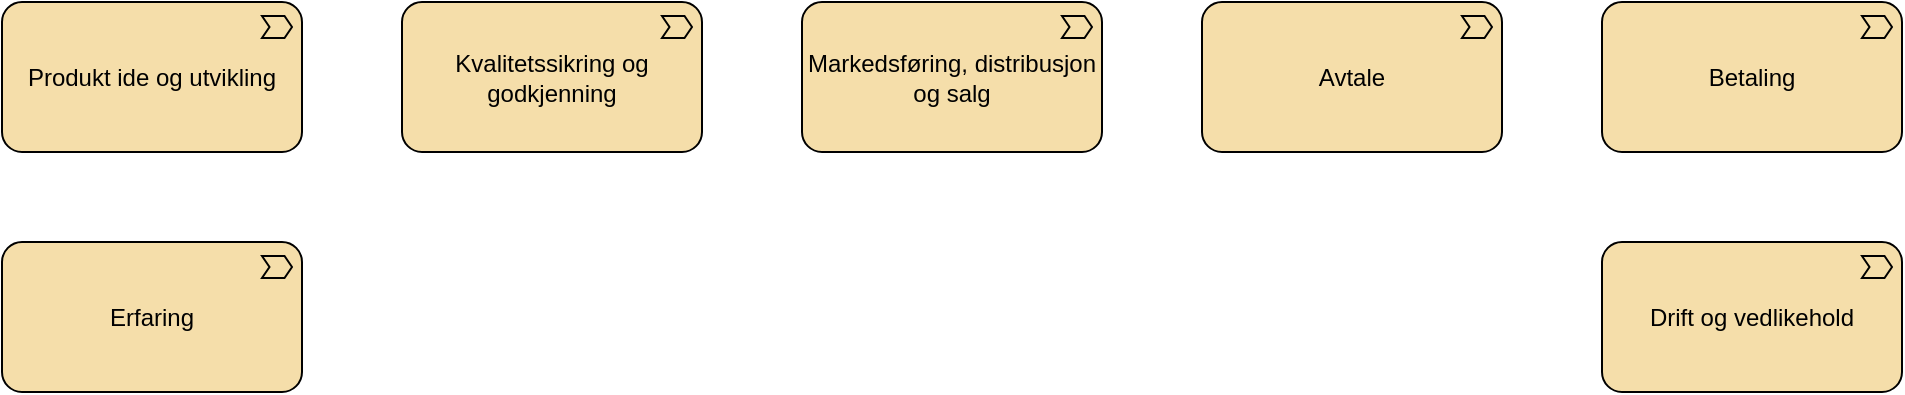
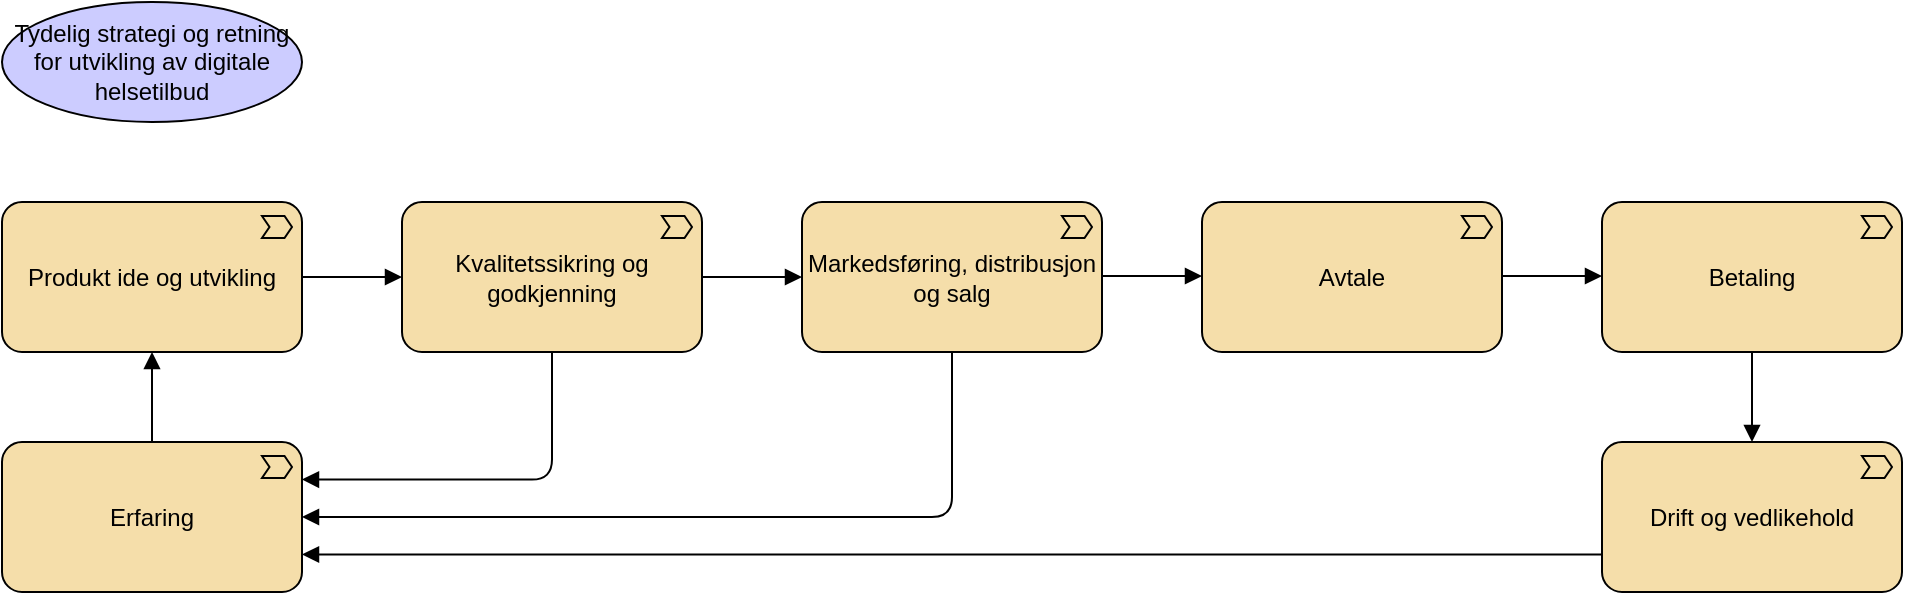
<mxfile host="65bd71144e">
    <diagram id="GwMaOcinR9aT1UnFt0KR" name="value-chain-produktutvikling">
        <mxGraphModel dx="1461" dy="851" grid="1" gridSize="10" guides="1" tooltips="1" connect="1" arrows="1" fold="1" page="1" pageScale="1" pageWidth="1169" pageHeight="827" math="0" shadow="0">
            <root>
                <mxCell id="0"/>
                <mxCell id="1" parent="0"/>
                <mxCell id="2" value="Produkt ide og utvikling" style="html=1;outlineConnect=0;whiteSpace=wrap;fillColor=#F5DEAA;shape=mxgraph.archimate3.application;appType=valueStream;archiType=rounded;" vertex="1" parent="1">
-                     <mxGeometry x="40" y="80" width="150" height="75" as="geometry"/>
+                     <mxGeometry x="80" y="160" width="150" height="75" as="geometry"/>
                </mxCell>
                <mxCell id="3" value="Kvalitetssikring og godkjenning" style="html=1;outlineConnect=0;whiteSpace=wrap;fillColor=#F5DEAA;shape=mxgraph.archimate3.application;appType=valueStream;archiType=rounded;" vertex="1" parent="1">
-                     <mxGeometry x="240" y="80" width="150" height="75" as="geometry"/>
+                     <mxGeometry x="280" y="160" width="150" height="75" as="geometry"/>
                </mxCell>
                <mxCell id="5" value="Markedsføring, distribusjon og salg" style="html=1;outlineConnect=0;whiteSpace=wrap;fillColor=#F5DEAA;shape=mxgraph.archimate3.application;appType=valueStream;archiType=rounded;" vertex="1" parent="1">
-                     <mxGeometry x="440" y="80" width="150" height="75" as="geometry"/>
+                     <mxGeometry x="480" y="160" width="150" height="75" as="geometry"/>
                </mxCell>
                <mxCell id="6" value="Avtale" style="html=1;outlineConnect=0;whiteSpace=wrap;fillColor=#F5DEAA;shape=mxgraph.archimate3.application;appType=valueStream;archiType=rounded;" vertex="1" parent="1">
-                     <mxGeometry x="640" y="80" width="150" height="75" as="geometry"/>
+                     <mxGeometry x="680" y="160" width="150" height="75" as="geometry"/>
                </mxCell>
                <mxCell id="7" value="Betaling" style="html=1;outlineConnect=0;whiteSpace=wrap;fillColor=#F5DEAA;shape=mxgraph.archimate3.application;appType=valueStream;archiType=rounded;" vertex="1" parent="1">
-                     <mxGeometry x="840" y="80" width="150" height="75" as="geometry"/>
+                     <mxGeometry x="880" y="160" width="150" height="75" as="geometry"/>
                </mxCell>
                <mxCell id="8" value="Drift og vedlikehold" style="html=1;outlineConnect=0;whiteSpace=wrap;fillColor=#F5DEAA;shape=mxgraph.archimate3.application;appType=valueStream;archiType=rounded;" vertex="1" parent="1">
-                     <mxGeometry x="840" y="200" width="150" height="75" as="geometry"/>
+                     <mxGeometry x="880" y="280" width="150" height="75" as="geometry"/>
                </mxCell>
                <mxCell id="9" value="Erfaring" style="html=1;outlineConnect=0;whiteSpace=wrap;fillColor=#F5DEAA;shape=mxgraph.archimate3.application;appType=valueStream;archiType=rounded;" vertex="1" parent="1">
-                     <mxGeometry x="40" y="200" width="150" height="75" as="geometry"/>
+                     <mxGeometry x="80" y="280" width="150" height="75" as="geometry"/>
+                 </mxCell>
+                 <mxCell id="10" value="" style="edgeStyle=orthogonalEdgeStyle;html=1;endArrow=block;dashed=0;elbow=vertical;endFill=1;exitX=1;exitY=0.5;exitDx=0;exitDy=0;exitPerimeter=0;entryX=0;entryY=0.5;entryDx=0;entryDy=0;entryPerimeter=0;" edge="1" parent="1" source="2" target="3">
+                     <mxGeometry width="160" relative="1" as="geometry">
+                         <mxPoint x="390" y="215" as="sourcePoint"/>
+                         <mxPoint x="470" y="340" as="targetPoint"/>
+                     </mxGeometry>
+                 </mxCell>
+                 <mxCell id="11" value="" style="html=1;endArrow=block;dashed=0;elbow=vertical;endFill=1;exitX=1;exitY=0.5;exitDx=0;exitDy=0;exitPerimeter=0;entryX=0;entryY=0.5;entryDx=0;entryDy=0;entryPerimeter=0;" edge="1" parent="1" source="3" target="5">
+                     <mxGeometry width="160" relative="1" as="geometry">
+                         <mxPoint x="240" y="208" as="sourcePoint"/>
+                         <mxPoint x="290" y="208" as="targetPoint"/>
+                     </mxGeometry>
+                 </mxCell>
+                 <mxCell id="12" value="" style="html=1;endArrow=block;dashed=0;elbow=vertical;endFill=1;exitX=1;exitY=0.5;exitDx=0;exitDy=0;exitPerimeter=0;entryX=0;entryY=0.5;entryDx=0;entryDy=0;entryPerimeter=0;" edge="1" parent="1">
+                     <mxGeometry width="160" relative="1" as="geometry">
+                         <mxPoint x="630" y="197" as="sourcePoint"/>
+                         <mxPoint x="680" y="197" as="targetPoint"/>
+                     </mxGeometry>
+                 </mxCell>
+                 <mxCell id="13" value="" style="html=1;endArrow=block;dashed=0;elbow=vertical;endFill=1;exitX=1;exitY=0.5;exitDx=0;exitDy=0;exitPerimeter=0;entryX=0;entryY=0.5;entryDx=0;entryDy=0;entryPerimeter=0;" edge="1" parent="1">
+                     <mxGeometry width="160" relative="1" as="geometry">
+                         <mxPoint x="830" y="197" as="sourcePoint"/>
+                         <mxPoint x="880" y="197" as="targetPoint"/>
+                     </mxGeometry>
+                 </mxCell>
+                 <mxCell id="14" value="" style="html=1;endArrow=block;dashed=0;elbow=vertical;endFill=1;exitX=0.5;exitY=1;exitDx=0;exitDy=0;exitPerimeter=0;entryX=0.5;entryY=0;entryDx=0;entryDy=0;entryPerimeter=0;" edge="1" parent="1" source="7" target="8">
+                     <mxGeometry width="160" relative="1" as="geometry">
+                         <mxPoint x="950" y="250" as="sourcePoint"/>
+                         <mxPoint x="1000" y="250" as="targetPoint"/>
+                     </mxGeometry>
+                 </mxCell>
+                 <mxCell id="15" value="" style="html=1;endArrow=block;dashed=0;elbow=vertical;endFill=1;exitX=0;exitY=0.75;exitDx=0;exitDy=0;exitPerimeter=0;entryX=1;entryY=0.75;entryDx=0;entryDy=0;entryPerimeter=0;" edge="1" parent="1" source="8" target="9">
+                     <mxGeometry width="160" relative="1" as="geometry">
+                         <mxPoint x="470" y="238" as="sourcePoint"/>
+                         <mxPoint x="520" y="238" as="targetPoint"/>
+                     </mxGeometry>
+                 </mxCell>
+                 <mxCell id="16" value="" style="html=1;endArrow=block;dashed=0;elbow=vertical;endFill=1;exitX=0.5;exitY=0;exitDx=0;exitDy=0;exitPerimeter=0;entryX=0.5;entryY=1;entryDx=0;entryDy=0;entryPerimeter=0;" edge="1" parent="1" source="9" target="2">
+                     <mxGeometry width="160" relative="1" as="geometry">
+                         <mxPoint x="480" y="248" as="sourcePoint"/>
+                         <mxPoint x="530" y="248" as="targetPoint"/>
+                     </mxGeometry>
+                 </mxCell>
+                 <mxCell id="17" value="" style="edgeStyle=orthogonalEdgeStyle;html=1;endArrow=block;dashed=0;elbow=vertical;endFill=1;exitX=0.5;exitY=1;exitDx=0;exitDy=0;exitPerimeter=0;entryX=1;entryY=0.25;entryDx=0;entryDy=0;entryPerimeter=0;" edge="1" parent="1" source="3" target="9">
+                     <mxGeometry width="160" relative="1" as="geometry">
+                         <mxPoint x="240" y="208" as="sourcePoint"/>
+                         <mxPoint x="290" y="208" as="targetPoint"/>
+                     </mxGeometry>
+                 </mxCell>
+                 <mxCell id="18" value="" style="edgeStyle=orthogonalEdgeStyle;html=1;endArrow=block;dashed=0;elbow=vertical;endFill=1;exitX=0.5;exitY=1;exitDx=0;exitDy=0;exitPerimeter=0;entryX=1;entryY=0.5;entryDx=0;entryDy=0;entryPerimeter=0;" edge="1" parent="1" source="5" target="9">
+                     <mxGeometry width="160" relative="1" as="geometry">
+                         <mxPoint x="250" y="218" as="sourcePoint"/>
+                         <mxPoint x="300" y="218" as="targetPoint"/>
+                     </mxGeometry>
+                 </mxCell>
+                 <mxCell id="19" value="Tydelig strategi og retning for utvikling av digitale helsetilbud" style="shape=ellipse;html=1;whiteSpace=wrap;fillColor=#CCCCFF;" vertex="1" parent="1">
+                     <mxGeometry x="80" y="60" width="150" height="60" as="geometry"/>
                </mxCell>
            </root>
        </mxGraphModel>
    </diagram>
</mxfile>